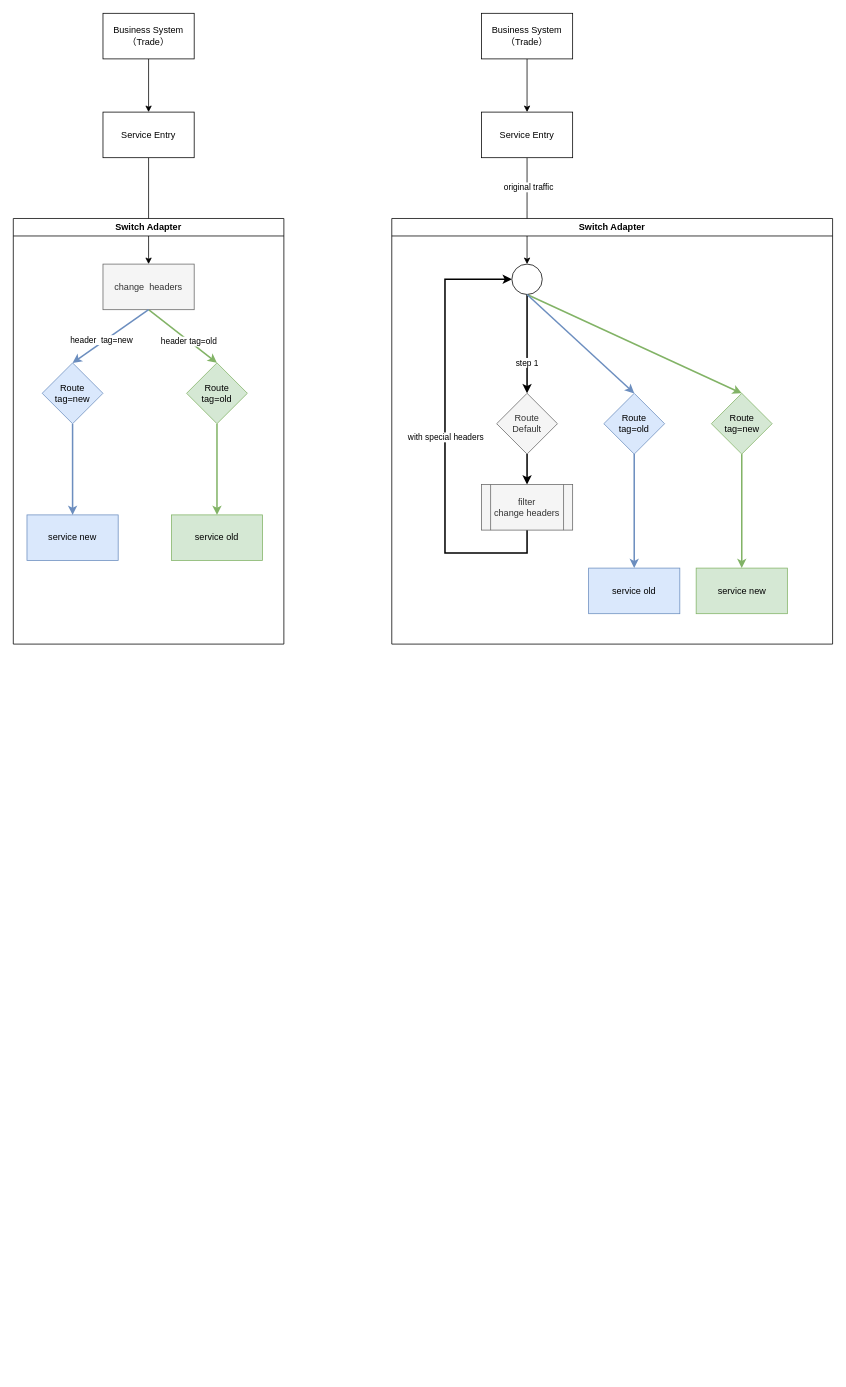
Above: http convert.drawio in catface996/images (draw.io), before the change. Source tidied: cells renumbered, new cells numbered last; positions are measured from the earlier drawing's top-left corner, leaving out a move shared by most shapes. Both pictures are drawn from the tidied source at 76%, with x=0, y=0 at pixel (13, 13).
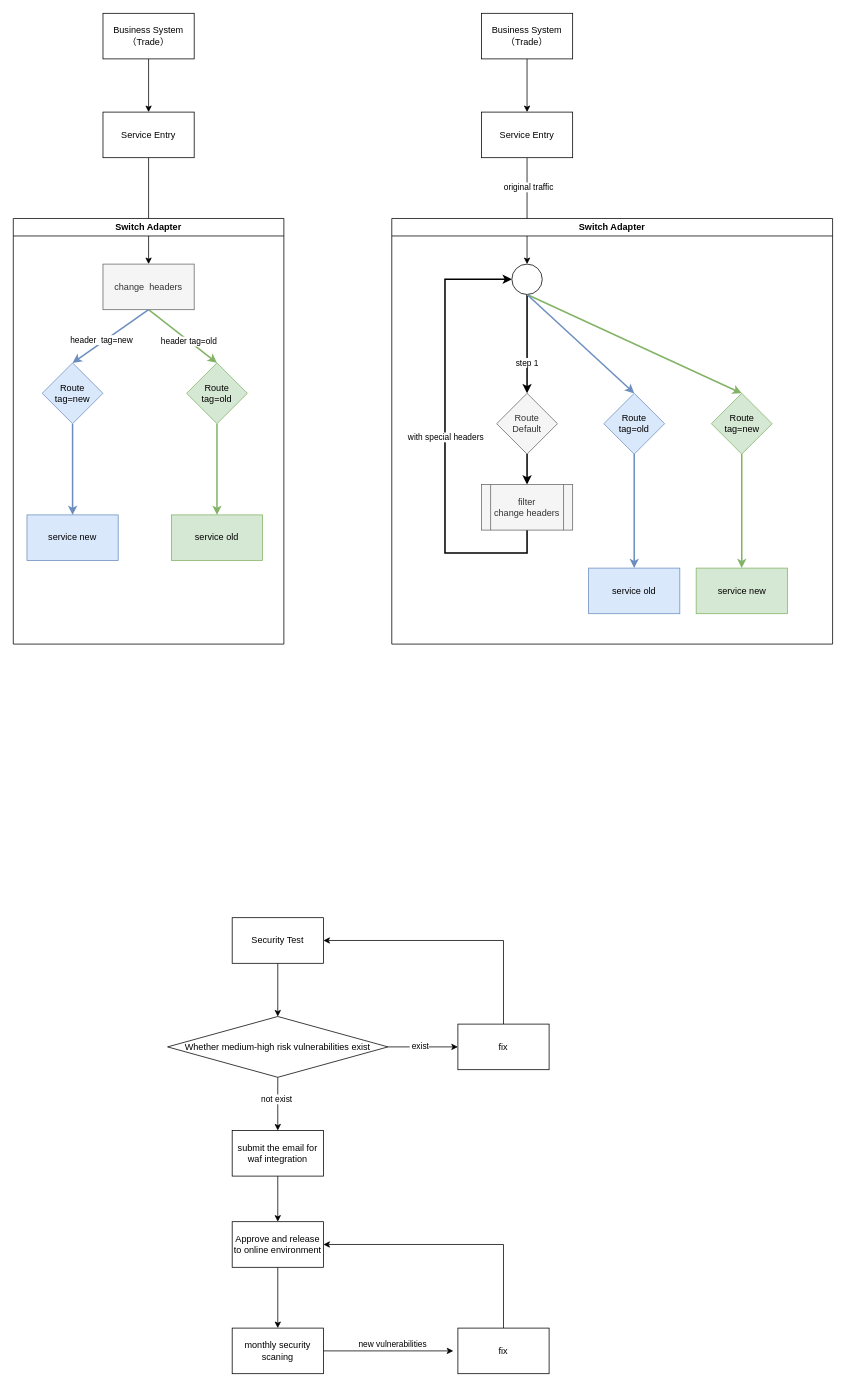
After the change.

Change to the diagram source:
```diff
@@
+    <mxCell id="39" style="edgeStyle=orthogonalEdgeStyle;rounded=0;jettySize=auto;html=1;entryX=0.5;entryY=0;entryDx=0;entryDy=0;" parent="1" edge="1" source="40" target="45">
+      <mxGeometry relative="1" as="geometry" />
+    </mxCell>
+    <mxCell id="40" value="Security Test" style="rounded=0;whiteSpace=wrap;html=1;" parent="1" vertex="1">
+      <mxGeometry x="288" y="1190" width="120" height="60" as="geometry" />
+    </mxCell>
+    <mxCell id="41" style="edgeStyle=orthogonalEdgeStyle;rounded=0;jettySize=auto;html=1;entryX=0;entryY=0.5;entryDx=0;entryDy=0;" parent="1" edge="1" source="45" target="54">
+      <mxGeometry relative="1" as="geometry" />
+    </mxCell>
+    <mxCell id="42" value="&amp;nbsp;exist" style="edgeLabel;html=1;align=center;verticalAlign=middle;" parent="41" vertex="1">
+      <mxGeometry x="-0.13" y="2" relative="1" as="geometry" />
+    </mxCell>
+    <mxCell id="43" style="edgeStyle=orthogonalEdgeStyle;rounded=0;jettySize=auto;html=1;entryX=0.5;entryY=0;entryDx=0;entryDy=0;" parent="1" edge="1" source="45" target="47">
+      <mxGeometry relative="1" as="geometry" />
+    </mxCell>
+    <mxCell id="44" value="not exist&amp;nbsp;" style="edgeLabel;html=1;align=center;verticalAlign=middle;" parent="43" vertex="1">
+      <mxGeometry x="-0.2" y="-1" relative="1" as="geometry" />
+    </mxCell>
+    <mxCell id="45" value="&lt;div&gt;Whether medium-high risk vulnerabilities exist&lt;/div&gt;" style="rhombus;whiteSpace=wrap;html=1;" parent="1" vertex="1">
+      <mxGeometry x="203" y="1320" width="290" height="80" as="geometry" />
+    </mxCell>
+    <mxCell id="46" style="edgeStyle=orthogonalEdgeStyle;rounded=0;jettySize=auto;html=1;entryX=0.5;entryY=0;entryDx=0;entryDy=0;" parent="1" edge="1" source="47" target="49">
+      <mxGeometry relative="1" as="geometry" />
+    </mxCell>
+    <mxCell id="47" value="submit the email for waf integration" style="rounded=0;whiteSpace=wrap;html=1;" parent="1" vertex="1">
+      <mxGeometry x="288" y="1470" width="120" height="60" as="geometry" />
+    </mxCell>
+    <mxCell id="48" style="edgeStyle=orthogonalEdgeStyle;rounded=0;jettySize=auto;html=1;entryX=0.5;entryY=0;entryDx=0;entryDy=0;" parent="1" edge="1" source="49" target="50">
+      <mxGeometry relative="1" as="geometry" />
+    </mxCell>
+    <mxCell id="49" value="Approve and release to online environment" style="rounded=0;whiteSpace=wrap;html=1;" parent="1" vertex="1">
+      <mxGeometry x="288" y="1590" width="120" height="60" as="geometry" />
+    </mxCell>
+    <mxCell id="50" value="monthly security scaning" style="rounded=0;whiteSpace=wrap;html=1;" parent="1" vertex="1">
+      <mxGeometry x="288" y="1730" width="120" height="60" as="geometry" />
+    </mxCell>
+    <mxCell id="51" style="edgeStyle=orthogonalEdgeStyle;rounded=0;jettySize=auto;html=1;entryX=1;entryY=0.5;entryDx=0;entryDy=0;exitX=0.5;exitY=0;exitDx=0;exitDy=0;" parent="1" edge="1" source="52" target="49">
+      <mxGeometry relative="1" as="geometry" />
+    </mxCell>
+    <mxCell id="52" value="fix" style="rounded=0;whiteSpace=wrap;html=1;" parent="1" vertex="1">
+      <mxGeometry x="585" y="1730" width="120" height="60" as="geometry" />
+    </mxCell>
+    <mxCell id="53" style="edgeStyle=orthogonalEdgeStyle;rounded=0;jettySize=auto;html=1;entryX=1;entryY=0.5;entryDx=0;entryDy=0;" parent="1" edge="1" source="54" target="40">
+      <mxGeometry relative="1" as="geometry">
+        <Array as="points">
+          <mxPoint x="645" y="1220" />
+        </Array>
+      </mxGeometry>
+    </mxCell>
+    <mxCell id="54" value="fix" style="rounded=0;whiteSpace=wrap;html=1;" parent="1" vertex="1">
+      <mxGeometry x="585" y="1330" width="120" height="60" as="geometry" />
+    </mxCell>
+    <mxCell id="55" style="edgeStyle=orthogonalEdgeStyle;rounded=0;jettySize=auto;html=1;entryX=-0.05;entryY=0.5;entryDx=0;entryDy=0;entryPerimeter=0;" parent="1" edge="1" source="50" target="52">
+      <mxGeometry relative="1" as="geometry" />
+    </mxCell>
+    <mxCell id="56" value="new vulnerabilities" style="edgeLabel;html=1;align=center;verticalAlign=middle;" parent="55" vertex="1">
+      <mxGeometry x="0.04" relative="1" as="geometry">
+        <mxPoint x="1" y="-10" as="offset" />
+      </mxGeometry>
+    </mxCell>
```
